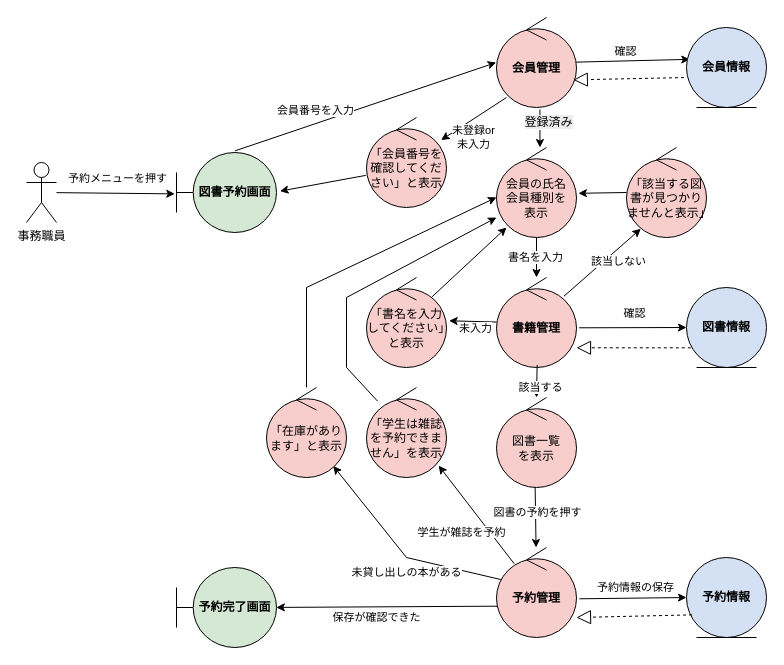
The draw.io diagram group/単位認定試験第2回/コード/ロバストネス図/roba_01_Reservation.drawio in ko246/ohara_uml, before the edit. Source tidied: cells renumbered, new cells numbered last; positions are measured from the earlier drawing's top-left corner, leaving out a move shared by most shapes. Both pictures are drawn from the tidied source at 100%, with x=0, y=0 at pixel (26, 17).
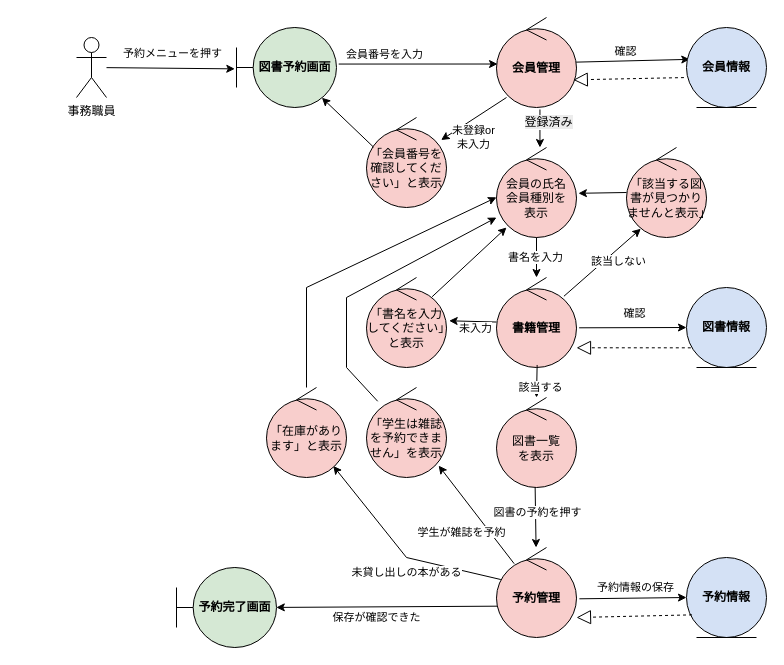
The same diagram, later.

Commit message (it also covers changes not shown here):
ロバストネス図修正

The change refers to these unchanged cells:
```xml
<mxCell id="14" value="「会員番号を&lt;div&gt;確認してください」と表示&lt;/div&gt;" style="ellipse;shape=umlControl;whiteSpace=wrap;html=1;fillColor=#F8CECC;" parent="1" vertex="1">
  <mxGeometry x="340" y="100" width="80" height="90" as="geometry" />
</mxCell>
<mxCell id="15" value="&lt;b&gt;会員管理&lt;/b&gt;" style="ellipse;shape=umlControl;whiteSpace=wrap;html=1;fillColor=#F8CECC;" parent="1" vertex="1">
  <mxGeometry x="470" width="80" height="90" as="geometry" />
</mxCell>
```

Diff of the diagram source:
```diff
@@
     <mxCell id="2" value="事務職員" style="shape=umlActor;verticalLabelPosition=bottom;verticalAlign=top;html=1;" parent="1" vertex="1">
-      <mxGeometry y="145" width="30" height="60" as="geometry" />
+      <mxGeometry x="50" y="20" width="30" height="60" as="geometry" />
     </mxCell>
     <mxCell id="3" value="&lt;b&gt;図書予約画面&lt;/b&gt;" style="shape=umlBoundary;whiteSpace=wrap;html=1;fillColor=#D5E8D4;" parent="1" vertex="1">
-      <mxGeometry x="150" y="135" width="100" height="80" as="geometry" />
+      <mxGeometry x="210" y="10" width="100" height="80" as="geometry" />
     </mxCell>
@@
-    <mxCell id="16" style="edgeStyle=none;rounded=0;jettySize=auto;html=1;exitX=0.584;exitY=-0.02;exitDx=0;exitDy=0;exitPerimeter=0;entryX=-0.004;entryY=0.5;entryDx=0;entryDy=0;entryPerimeter=0;" parent="1" edge="1" source="3" target="15">
+    <mxCell id="16" style="edgeStyle=none;rounded=0;jettySize=auto;html=1;exitX=1.022;exitY=0.457;exitDx=0;exitDy=0;exitPerimeter=0;entryX=0.013;entryY=0.517;entryDx=0;entryDy=0;entryPerimeter=0;" parent="1" edge="1" source="3" target="15">
       <mxGeometry relative="1" as="geometry" />
     </mxCell>
@@
-    <mxCell id="30" style="edgeStyle=none;rounded=0;jettySize=auto;html=1;entryX=1.035;entryY=0.483;entryDx=0;entryDy=0;entryPerimeter=0;exitX=-0.008;exitY=0.643;exitDx=0;exitDy=0;exitPerimeter=0;" parent="1" edge="1" source="14" target="3">
+    <mxCell id="30" style="edgeStyle=none;rounded=0;jettySize=auto;html=1;exitX=0.089;exitY=0.33;exitDx=0;exitDy=0;exitPerimeter=0;entryX=0.854;entryY=0.878;entryDx=0;entryDy=0;entryPerimeter=0;" parent="1" edge="1" source="14" target="3">
       <mxGeometry relative="1" as="geometry" />
     </mxCell>
```
